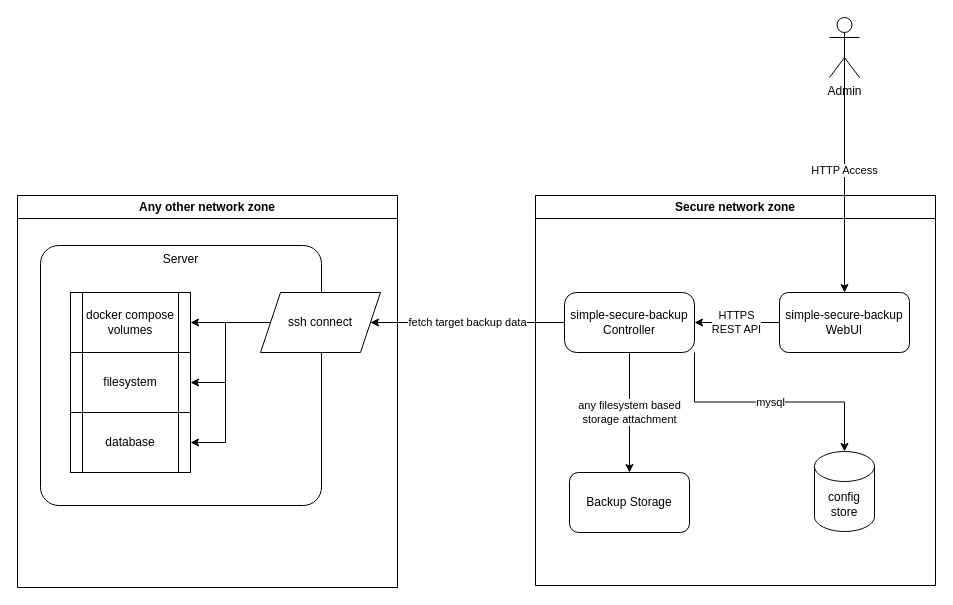
The draw.io diagram doc/architecture.drawio in snooops/simple-secure-backup, before the edit. Source tidied: cells renumbered, new cells numbered last; positions are measured from the earlier drawing's top-left corner, leaving out a move shared by most shapes. Both pictures are drawn from the tidied source at 100%, with x=0, y=0 at pixel (17, 17).
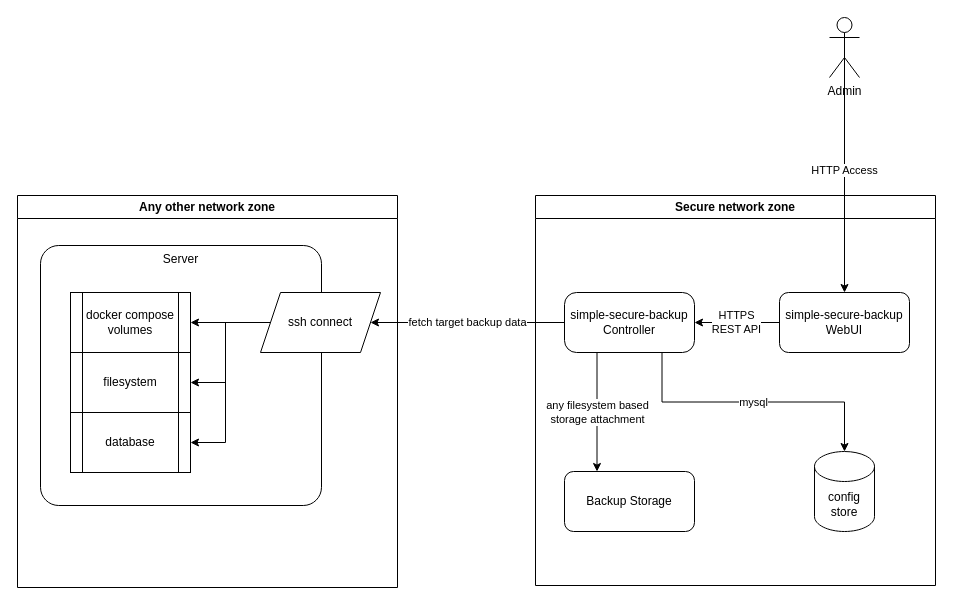
Above is the later version.

The change refers to these unchanged cells:
```xml
<mxCell id="2" value="Secure network zone" style="swimlane;whiteSpace=wrap;html=1;" parent="1" vertex="1">
  <mxGeometry x="518" y="178" width="400" height="390" as="geometry" />
</mxCell>
<mxCell id="4" value="simple-secure-backup Controller" style="rounded=1;whiteSpace=wrap;html=1;arcSize=20;" parent="2" vertex="1">
  <mxGeometry x="29" y="97" width="130" height="60" as="geometry" />
</mxCell>
<mxCell id="9" value="&lt;div&gt;config&lt;/div&gt;&lt;div&gt;store&lt;br&gt;&lt;/div&gt;" style="shape=cylinder3;whiteSpace=wrap;html=1;boundedLbl=1;backgroundOutline=1;size=15;" parent="2" vertex="1">
  <mxGeometry x="279" y="256" width="60" height="80" as="geometry" />
</mxCell>
```

Diff of the diagram source:
```diff
@@
-    <mxCell id="3" value="mysql" style="edgeStyle=orthogonalEdgeStyle;rounded=0;jettySize=auto;html=1;exitX=1;exitY=1;exitDx=0;exitDy=0;" parent="2" edge="1" source="4" target="9">
+    <mxCell id="3" value="mysql" style="edgeStyle=orthogonalEdgeStyle;rounded=0;jettySize=auto;html=1;exitX=0.75;exitY=1;exitDx=0;exitDy=0;" parent="2" edge="1" source="4" target="9">
       <mxGeometry relative="1" as="geometry" />
     </mxCell>
@@
-    <mxCell id="5" value="Backup Storage" style="rounded=1;whiteSpace=wrap;html=1;" parent="2" vertex="1">
-      <mxGeometry x="34" y="277" width="120" height="60" as="geometry" />
+    <mxCell id="5" value="Backup Storage" style="rounded=1;whiteSpace=wrap;html=1;rotation=0;" parent="2" vertex="1">
+      <mxGeometry x="29" y="276" width="130" height="60" as="geometry" />
     </mxCell>
-    <mxCell id="6" value="&lt;div&gt;any filesystem based&lt;/div&gt;&lt;div&gt;storage attachment&lt;br&gt;&lt;/div&gt;" style="endArrow=classic;html=1;rounded=0;entryX=0.5;entryY=0;entryDx=0;entryDy=0;exitX=0.5;exitY=1;exitDx=0;exitDy=0;" parent="2" edge="1" source="4" target="5">
+    <mxCell id="6" value="&lt;div&gt;any filesystem based&lt;/div&gt;&lt;div&gt;storage attachment&lt;br&gt;&lt;/div&gt;" style="endArrow=classic;html=1;rounded=0;entryX=0.25;entryY=0;entryDx=0;entryDy=0;exitX=0.25;exitY=1;exitDx=0;exitDy=0;" parent="2" edge="1" source="4" target="5">
       <mxGeometry relative="1" as="geometry" />
     </mxCell>
```
